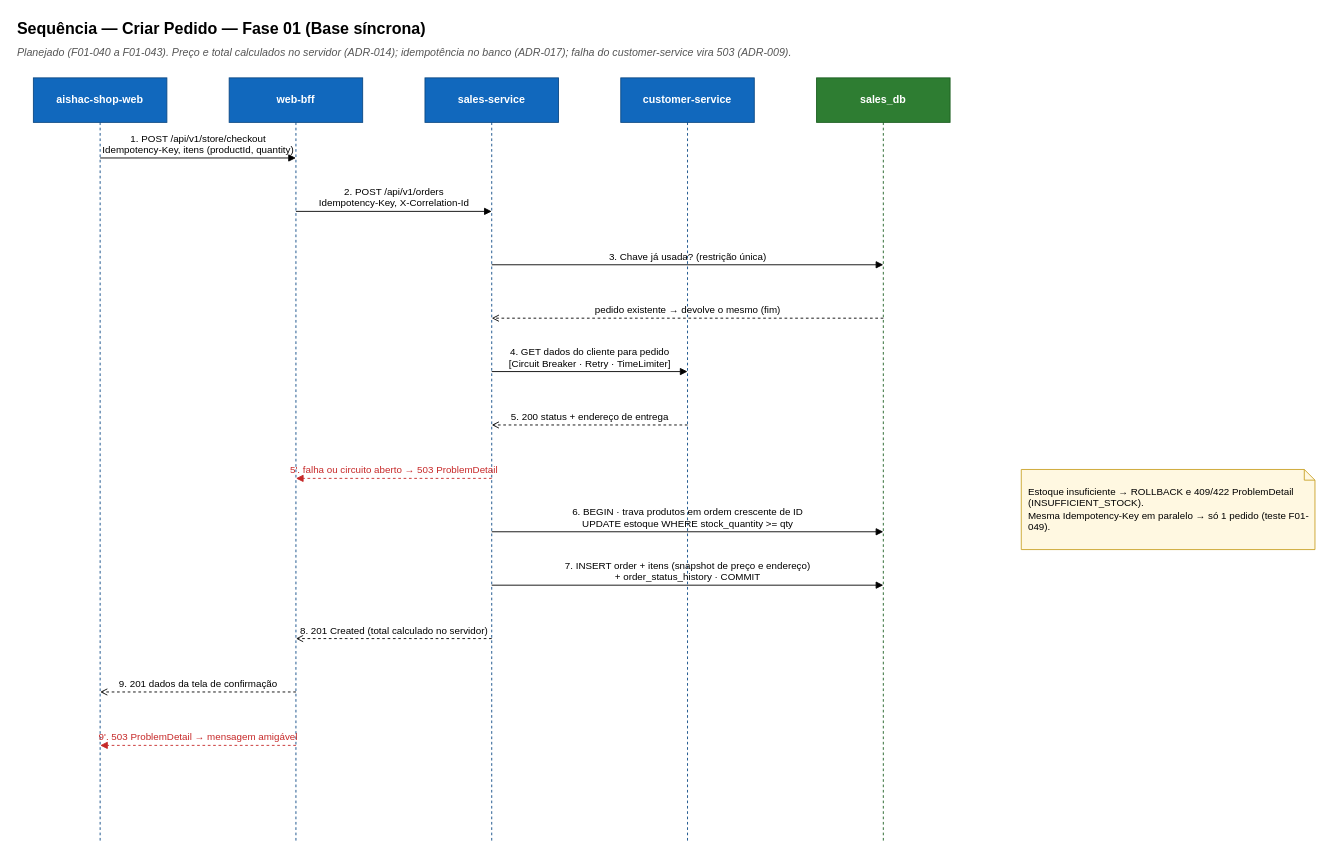
Earlier version of the draw.io diagram page "Sequência — Criar Pedido" (6 of 13) of docs/evolucao/01-base-sincrona/aishac-shop.drawio (antonioishac/aishac-shop). Source tidied: cells renumbered, new cells numbered last; positions are measured from the earlier drawing's top-left corner, leaving out a move shared by most shapes. Both pictures are drawn from the tidied source at 89%, with x=0, y=0 at pixel (15, 15).
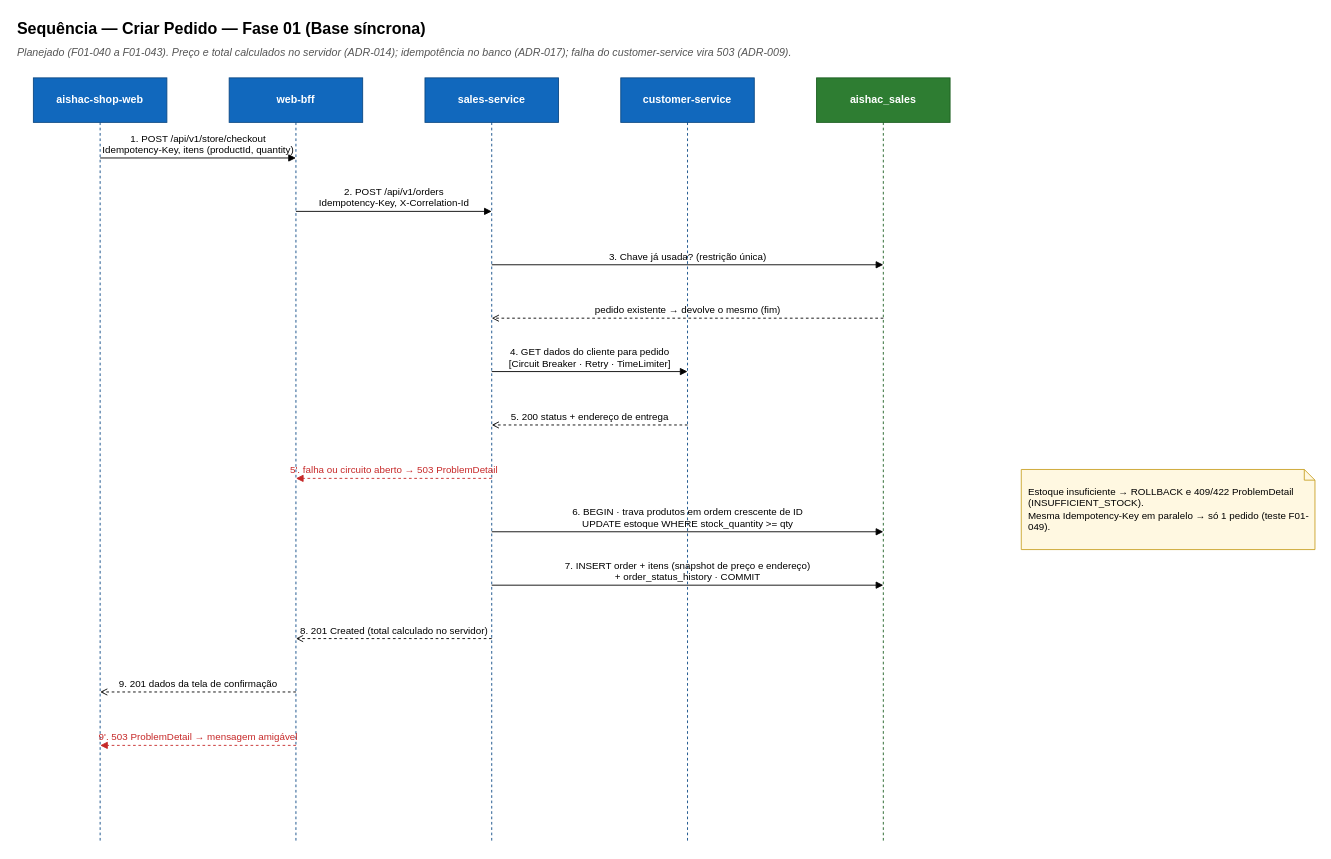
Above is the later version.

What changed in the source:
```diff
@@
-    <mxCell id="8" value="sales_db" style="shape=umlLifeline;perimeter=lifelinePerimeter;whiteSpace=wrap;html=1;size=50;fontStyle=1;fillColor=#2E7D32;fontColor=#ffffff;strokeColor=#1B5E20;" parent="1" vertex="1">
+    <mxCell id="8" value="aishac_sales" style="shape=umlLifeline;perimeter=lifelinePerimeter;whiteSpace=wrap;html=1;size=50;fontStyle=1;fillColor=#2E7D32;fontColor=#ffffff;strokeColor=#1B5E20;" parent="1" vertex="1">
       <mxGeometry x="900" y="70" width="150" height="860" as="geometry" />
     </mxCell>
```
